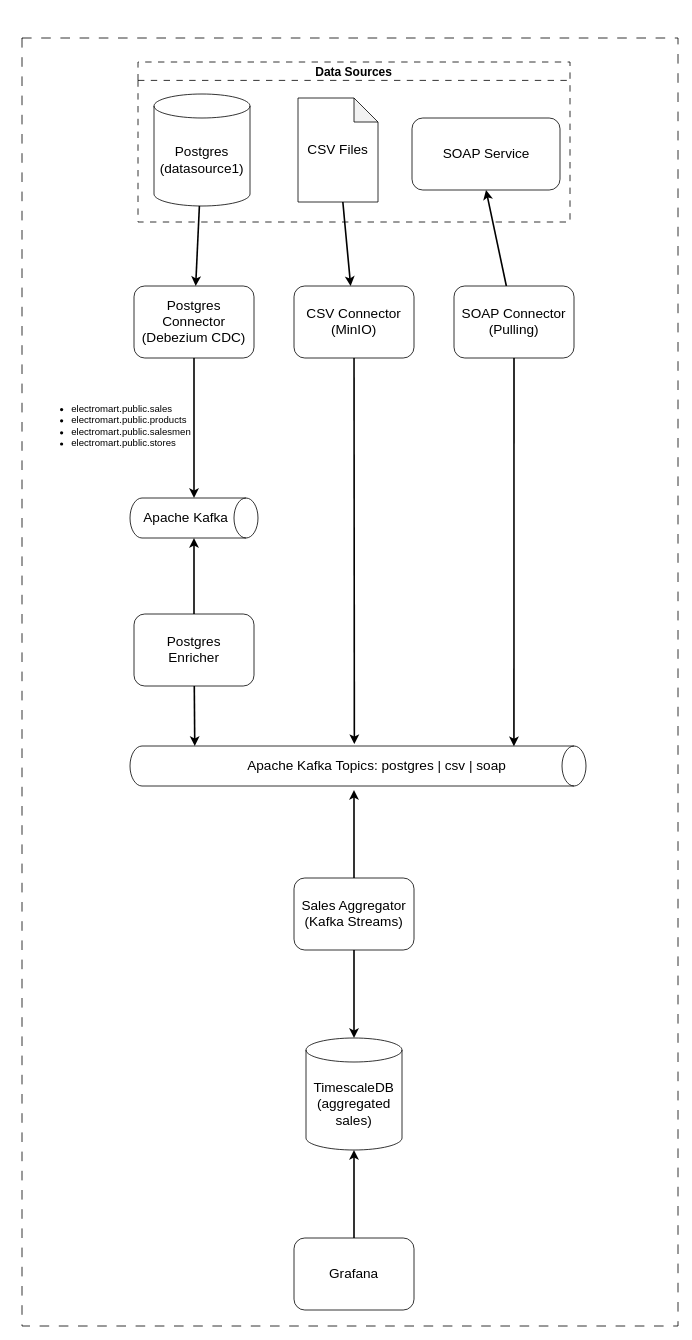
codegik/team-red keeps this draw.io diagram as data/salesman-kata-v2/diagrams/solutions.drawio. Above is the earlier version. Source tidied: cells renumbered, new cells numbered last; positions are measured from the earlier drawing's top-left corner, leaving out a move shared by most shapes. Both pictures are drawn from the tidied source at 80%, with x=0, y=0 at pixel (22, 38).
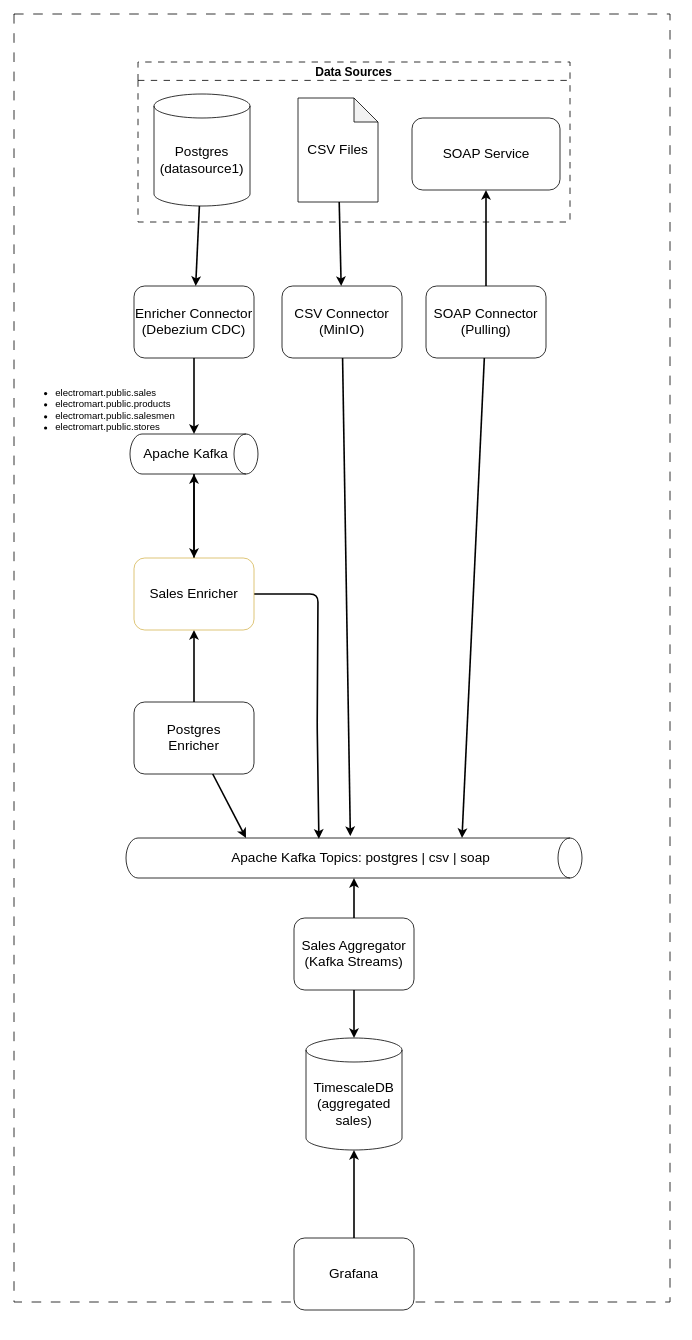
The same diagram, later.

Commit message:
fixing sales enricher

Diff of the diagram source:
```diff
@@
     <mxCell id="2" style="rounded=0;whiteSpace=wrap;html=1;dashed=1;dashPattern=12 12;" parent="1" vertex="1">
-      <mxGeometry width="820" height="1610" as="geometry" />
+      <mxGeometry x="-10" y="-30" width="820" height="1610" as="geometry" />
     </mxCell>
@@
-    <mxCell id="7" value="&lt;font style=&quot;font-size: 17px;&quot;&gt;Postgres Connector&lt;/font&gt;&lt;div&gt;&lt;font style=&quot;font-size: 17px;&quot;&gt;(Debezium CDC)&lt;/font&gt;&lt;/div&gt;" style="rounded=1;whiteSpace=wrap;html=1;" parent="1" vertex="1">
+    <mxCell id="7" value="&lt;font style=&quot;font-size: 17px;&quot;&gt;Enricher Connector&lt;/font&gt;&lt;div&gt;&lt;font style=&quot;font-size: 17px;&quot;&gt;(Debezium CDC)&lt;/font&gt;&lt;/div&gt;" style="rounded=1;whiteSpace=wrap;html=1;" parent="1" vertex="1">
       <mxGeometry x="140" y="310" width="150" height="90" as="geometry" />
     </mxCell>
     <mxCell id="8" value="&lt;font style=&quot;font-size: 17px;&quot;&gt;Postgres&lt;/font&gt;&lt;div&gt;&lt;font style=&quot;font-size: 17px;&quot;&gt;Enricher&lt;/font&gt;&lt;/div&gt;" style="rounded=1;whiteSpace=wrap;html=1;" parent="1" vertex="1">
-      <mxGeometry x="140" y="720" width="150" height="90" as="geometry" />
+      <mxGeometry x="140" y="830" width="150" height="90" as="geometry" />
     </mxCell>
     <mxCell id="9" value="&lt;font style=&quot;font-size: 17px;&quot;&gt;CSV Connector&lt;/font&gt;&lt;div&gt;&lt;font style=&quot;font-size: 17px;&quot;&gt;(MinIO)&lt;/font&gt;&lt;/div&gt;" style="rounded=1;whiteSpace=wrap;html=1;" parent="1" vertex="1">
-      <mxGeometry x="340" y="310" width="150" height="90" as="geometry" />
+      <mxGeometry x="325" y="310" width="150" height="90" as="geometry" />
     </mxCell>
@@
-    <mxCell id="11" style="edgeStyle=none;html=1;entryX=0.008;entryY=0.158;entryDx=0;entryDy=0;entryPerimeter=0;strokeWidth=2;" parent="1" edge="1" source="12" target="15">
+    <mxCell id="11" style="edgeStyle=none;html=1;entryX=0;entryY=0;entryDx=0;entryDy=150;entryPerimeter=0;strokeWidth=2;" parent="1" edge="1" source="12" target="15">
       <mxGeometry relative="1" as="geometry" />
     </mxCell>
     <mxCell id="12" value="&lt;span style=&quot;font-size: 17px;&quot;&gt;SOAP Connector&lt;/span&gt;&lt;div&gt;&lt;span style=&quot;font-size: 17px;&quot;&gt;(Pulling)&lt;/span&gt;&lt;/div&gt;" style="rounded=1;whiteSpace=wrap;html=1;" parent="1" vertex="1">
-      <mxGeometry x="540" y="310" width="150" height="90" as="geometry" />
+      <mxGeometry x="505" y="310" width="150" height="90" as="geometry" />
     </mxCell>
     <mxCell id="13" style="shape=cylinder3;whiteSpace=wrap;html=1;boundedLbl=1;backgroundOutline=1;size=15;rotation=90;" parent="1" vertex="1">
-      <mxGeometry x="190" y="520" width="50" height="160" as="geometry" />
+      <mxGeometry x="190" y="440" width="50" height="160" as="geometry" />
     </mxCell>
     <mxCell id="14" value="&lt;font style=&quot;font-size: 17px;&quot;&gt;Apache Kafka&lt;/font&gt;" style="text;html=1;align=center;verticalAlign=middle;whiteSpace=wrap;rounded=0;" parent="1" vertex="1">
-      <mxGeometry x="150" y="585" width="110" height="30" as="geometry" />
+      <mxGeometry x="150" y="505" width="110" height="30" as="geometry" />
     </mxCell>
     <mxCell id="15" style="shape=cylinder3;whiteSpace=wrap;html=1;boundedLbl=1;backgroundOutline=1;size=15;rotation=90;" parent="1" vertex="1">
-      <mxGeometry x="395" y="625" width="50" height="570" as="geometry" />
+      <mxGeometry x="390" y="740" width="50" height="570" as="geometry" />
     </mxCell>
     <mxCell id="16" value="&lt;font style=&quot;font-size: 17px;&quot;&gt;Apache Kafka Topics: postgres | csv | soap&lt;/font&gt;" style="text;html=1;align=left;verticalAlign=middle;whiteSpace=wrap;rounded=0;" parent="1" vertex="1">
-      <mxGeometry x="280" y="895" width="340" height="30" as="geometry" />
+      <mxGeometry x="260" y="1010" width="340" height="30" as="geometry" />
     </mxCell>
@@
-    <mxCell id="20" style="edgeStyle=none;html=1;entryX=1;entryY=0.5;entryDx=0;entryDy=0;entryPerimeter=0;strokeWidth=2;" parent="1" edge="1" source="8" target="13">
+    <mxCell id="20" style="edgeStyle=none;html=1;entryX=1;entryY=0.5;entryDx=0;entryDy=0;entryPerimeter=0;strokeWidth=2;" parent="1" edge="1" source="33" target="13">
       <mxGeometry relative="1" as="geometry" />
     </mxCell>
@@
-    <mxCell id="22" style="edgeStyle=none;html=1;entryX=0.001;entryY=0.858;entryDx=0;entryDy=0;entryPerimeter=0;strokeWidth=2;" parent="1" edge="1" source="8" target="15">
+    <mxCell id="22" style="edgeStyle=none;html=1;entryX=0;entryY=0;entryDx=0;entryDy=420;entryPerimeter=0;strokeWidth=2;" parent="1" edge="1" source="8" target="15">
       <mxGeometry relative="1" as="geometry" />
     </mxCell>
-    <mxCell id="23" style="edgeStyle=none;html=1;strokeWidth=2;" parent="1" edge="1" source="24">
-      <mxGeometry relative="1" as="geometry">
-        <mxPoint x="415" y="940" as="targetPoint" />
-      </mxGeometry>
+    <mxCell id="23" style="edgeStyle=none;html=1;strokeWidth=2;entryX=1;entryY=0.5;entryDx=0;entryDy=0;entryPerimeter=0;" parent="1" edge="1" source="24" target="15">
+      <mxGeometry relative="1" as="geometry" />
     </mxCell>
     <mxCell id="24" value="&lt;span style=&quot;font-size: 17px;&quot;&gt;Sales Aggregator&lt;/span&gt;&lt;div&gt;&lt;span style=&quot;font-size: 17px;&quot;&gt;(Kafka Streams)&lt;/span&gt;&lt;/div&gt;" style="rounded=1;whiteSpace=wrap;html=1;" parent="1" vertex="1">
-      <mxGeometry x="340" y="1050" width="150" height="90" as="geometry" />
+      <mxGeometry x="340" y="1100" width="150" height="90" as="geometry" />
     </mxCell>
     <mxCell id="25" value="&lt;ul&gt;&lt;li&gt;&lt;font style=&quot;color: rgb(0, 0, 0);&quot;&gt;electromart.public.sales&lt;/font&gt;&lt;/li&gt;&lt;li&gt;&lt;font style=&quot;color: rgb(0, 0, 0);&quot;&gt;electromart.public.products&lt;/font&gt;&lt;/li&gt;&lt;li&gt;&lt;font style=&quot;color: rgb(0, 0, 0);&quot;&gt;electromart.public.salesmen&lt;/font&gt;&lt;/li&gt;&lt;li&gt;&lt;font style=&quot;color: rgb(0, 0, 0);&quot;&gt;electromart.public.stores&lt;/font&gt;&lt;/li&gt;&lt;/ul&gt;" style="text;html=1;align=left;verticalAlign=middle;whiteSpace=wrap;rounded=0;" parent="1" vertex="1">
-      <mxGeometry x="20" y="450" width="210" height="70" as="geometry" />
+      <mxGeometry y="430" width="210" height="70" as="geometry" />
     </mxCell>
@@
+    <mxCell id="30" style="edgeStyle=none;html=1;strokeWidth=2;" parent="1" edge="1" source="13" target="33">
+      <mxGeometry relative="1" as="geometry" />
+    </mxCell>
+    <mxCell id="31" style="edgeStyle=none;html=1;strokeWidth=2;entryX=0.02;entryY=0.577;entryDx=0;entryDy=0;entryPerimeter=0;" parent="1" edge="1" source="33" target="15">
+      <mxGeometry relative="1" as="geometry">
+        <Array as="points">
+          <mxPoint x="370" y="695" />
+          <mxPoint x="369" y="860" />
+        </Array>
+      </mxGeometry>
+    </mxCell>
+    <mxCell id="32" style="edgeStyle=none;html=1;entryX=0.5;entryY=1;entryDx=0;entryDy=0;strokeWidth=2;" parent="1" edge="1" source="8" target="33">
+      <mxGeometry relative="1" as="geometry" />
+    </mxCell>
+    <mxCell id="33" value="&lt;font style=&quot;font-size: 17px;&quot;&gt;Sales Enricher&lt;/font&gt;" style="rounded=1;whiteSpace=wrap;html=1;fillColor=none;strokeColor=#D6B656;" parent="1" vertex="1">
+      <mxGeometry x="140" y="650" width="150" height="90" as="geometry" />
+    </mxCell>
```
